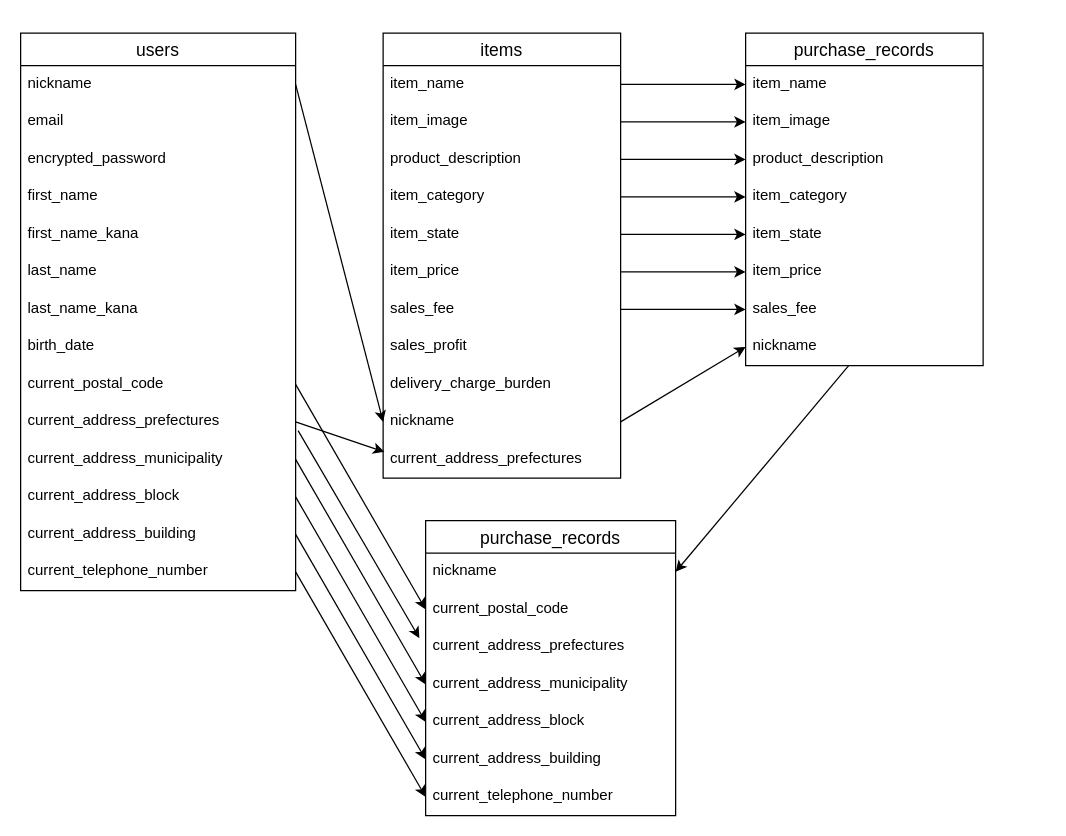
Before: test.dio in yuuichihirakawa/furima-38479, a draw.io diagram. Source tidied: cells renumbered, new cells numbered last; positions are measured from the earlier drawing's top-left corner, leaving out a move shared by most shapes. Both pictures are drawn from the tidied source at 125%, with x=0, y=0 at pixel (20, 32).
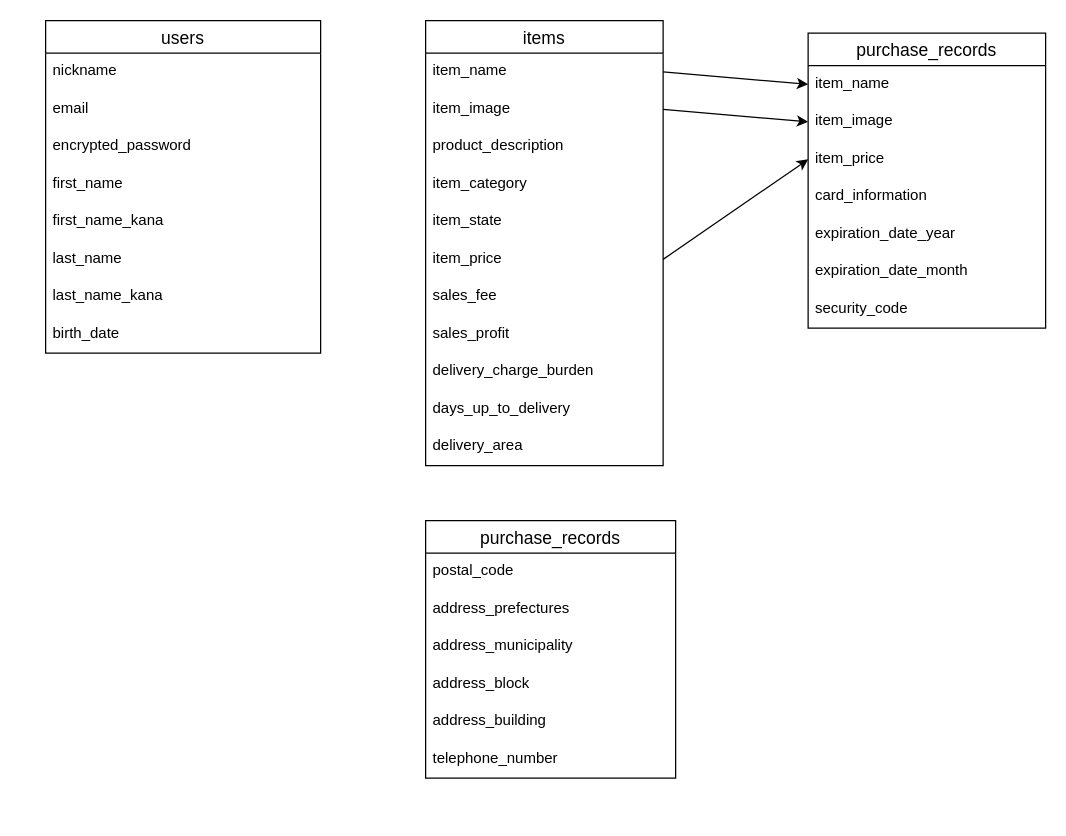
The same page after the edit.

Commit message (it also covers changes not shown here):
データベース作成３

Unchanged cells that the change refers to:
```xml
<mxCell id="3" value="nickname" style="text;strokeColor=none;fillColor=none;spacingLeft=4;spacingRight=4;overflow=hidden;points=[[0,0.5],[1,0.5]];portConstraint=eastwest;fontSize=12;" parent="2" vertex="1">
  <mxGeometry y="26" width="220" height="30" as="geometry" />
</mxCell>
<mxCell id="18" value="item_name" style="text;strokeColor=none;fillColor=none;spacingLeft=4;spacingRight=4;overflow=hidden;points=[[0,0.5],[1,0.5]];portConstraint=eastwest;fontSize=12;" parent="17" vertex="1">
  <mxGeometry y="26" width="190" height="30" as="geometry" />
</mxCell>
<mxCell id="20" value="product_description" style="text;strokeColor=none;fillColor=none;spacingLeft=4;spacingRight=4;overflow=hidden;points=[[0,0.5],[1,0.5]];portConstraint=eastwest;fontSize=12;" parent="17" vertex="1">
  <mxGeometry y="86" width="190" height="30" as="geometry" />
</mxCell>
<mxCell id="21" value="item_category" style="text;strokeColor=none;fillColor=none;spacingLeft=4;spacingRight=4;overflow=hidden;points=[[0,0.5],[1,0.5]];portConstraint=eastwest;fontSize=12;" parent="17" vertex="1">
  <mxGeometry y="116" width="190" height="30" as="geometry" />
</mxCell>
<mxCell id="22" value="item_state" style="text;strokeColor=none;fillColor=none;spacingLeft=4;spacingRight=4;overflow=hidden;points=[[0,0.5],[1,0.5]];portConstraint=eastwest;fontSize=12;" parent="17" vertex="1">
  <mxGeometry y="146" width="190" height="30" as="geometry" />
</mxCell>
<mxCell id="24" value="sales_fee" style="text;strokeColor=none;fillColor=none;spacingLeft=4;spacingRight=4;overflow=hidden;points=[[0,0.5],[1,0.5]];portConstraint=eastwest;fontSize=12;" parent="17" vertex="1">
  <mxGeometry y="206" width="190" height="30" as="geometry" />
</mxCell>
<mxCell id="40" value="item_name" style="text;strokeColor=none;fillColor=none;spacingLeft=4;spacingRight=4;overflow=hidden;points=[[0,0.5],[1,0.5]];portConstraint=eastwest;fontSize=12;" parent="39" vertex="1">
  <mxGeometry y="26" width="190" height="30" as="geometry" />
</mxCell>
```

What changed in the source:
```diff
@@
     <mxCell id="2" value="users" style="swimlane;fontStyle=0;horizontal=1;startSize=26;align=center;fontSize=14;" parent="1" vertex="1">
-      <mxGeometry width="220" height="446" as="geometry" />
+      <mxGeometry x="20" y="-10" width="220" height="266" as="geometry" />
     </mxCell>
@@
-    <mxCell id="11" value="current_postal_code" style="text;strokeColor=none;fillColor=none;spacingLeft=4;spacingRight=4;overflow=hidden;points=[[0,0.5],[1,0.5]];portConstraint=eastwest;fontSize=12;" parent="2" vertex="1">
-      <mxGeometry y="266" width="220" height="30" as="geometry" />
-    </mxCell>
-    <mxCell id="12" value="current_address_prefectures" style="text;strokeColor=none;fillColor=none;spacingLeft=4;spacingRight=4;overflow=hidden;points=[[0,0.5],[1,0.5]];portConstraint=eastwest;fontSize=12;" parent="2" vertex="1">
-      <mxGeometry y="296" width="220" height="30" as="geometry" />
-    </mxCell>
-    <mxCell id="13" value="current_address_municipality" style="text;strokeColor=none;fillColor=none;spacingLeft=4;spacingRight=4;overflow=hidden;points=[[0,0.5],[1,0.5]];portConstraint=eastwest;fontSize=12;" parent="2" vertex="1">
-      <mxGeometry y="326" width="220" height="30" as="geometry" />
-    </mxCell>
-    <mxCell id="14" value="current_address_block " style="text;strokeColor=none;fillColor=none;spacingLeft=4;spacingRight=4;overflow=hidden;points=[[0,0.5],[1,0.5]];portConstraint=eastwest;fontSize=12;" parent="2" vertex="1">
-      <mxGeometry y="356" width="220" height="30" as="geometry" />
-    </mxCell>
-    <mxCell id="15" value="current_address_building  " style="text;strokeColor=none;fillColor=none;spacingLeft=4;spacingRight=4;overflow=hidden;points=[[0,0.5],[1,0.5]];portConstraint=eastwest;fontSize=12;" parent="2" vertex="1">
-      <mxGeometry y="386" width="220" height="30" as="geometry" />
-    </mxCell>
-    <mxCell id="16" value="current_telephone_number" style="text;strokeColor=none;fillColor=none;spacingLeft=4;spacingRight=4;overflow=hidden;points=[[0,0.5],[1,0.5]];portConstraint=eastwest;fontSize=12;" parent="2" vertex="1">
-      <mxGeometry y="416" width="220" height="30" as="geometry" />
-    </mxCell>
     <mxCell id="17" value="items" style="swimlane;fontStyle=0;horizontal=1;startSize=26;align=center;fontSize=14;" parent="1" vertex="1">
-      <mxGeometry x="290" width="190" height="356" as="geometry" />
+      <mxGeometry x="324" y="-10" width="190" height="356" as="geometry" />
     </mxCell>
@@
-    <mxCell id="27" value="nickname" style="text;strokeColor=none;fillColor=none;spacingLeft=4;spacingRight=4;overflow=hidden;points=[[0,0.5],[1,0.5]];portConstraint=eastwest;fontSize=12;" parent="17" vertex="1">
+    <mxCell id="27" value="days_up_to_delivery  " style="text;strokeColor=none;fillColor=none;spacingLeft=4;spacingRight=4;overflow=hidden;points=[[0,0.5],[1,0.5]];portConstraint=eastwest;fontSize=12;" parent="17" vertex="1">
       <mxGeometry y="296" width="190" height="30" as="geometry" />
     </mxCell>
-    <mxCell id="28" value="current_address_prefectures" style="text;strokeColor=none;fillColor=none;spacingLeft=4;spacingRight=4;overflow=hidden;points=[[0,0.5],[1,0.5]];portConstraint=eastwest;fontSize=12;" parent="17" vertex="1">
+    <mxCell id="28" value="delivery_area" style="text;strokeColor=none;fillColor=none;spacingLeft=4;spacingRight=4;overflow=hidden;points=[[0,0.5],[1,0.5]];portConstraint=eastwest;fontSize=12;" parent="17" vertex="1">
       <mxGeometry y="326" width="190" height="30" as="geometry" />
     </mxCell>
-    <mxCell id="29" style="edgeStyle=none;html=1;exitX=1;exitY=0.5;exitDx=0;exitDy=0;entryX=0;entryY=0.5;entryDx=0;entryDy=0;" parent="1" edge="1" source="3" target="27">
-      <mxGeometry relative="1" as="geometry" />
-    </mxCell>
-    <mxCell id="30" style="edgeStyle=none;html=1;exitX=1;exitY=0.5;exitDx=0;exitDy=0;entryX=0.005;entryY=0.3;entryDx=0;entryDy=0;entryPerimeter=0;" parent="1" edge="1" source="12" target="28">
-      <mxGeometry relative="1" as="geometry" />
-    </mxCell>
     <mxCell id="31" value="purchase_records" style="swimlane;fontStyle=0;horizontal=1;startSize=26;align=center;fontSize=14;" parent="1" vertex="1">
-      <mxGeometry x="324" y="390" width="200" height="236" as="geometry" />
+      <mxGeometry x="324" y="390" width="200" height="206" as="geometry" />
     </mxCell>
-    <mxCell id="32" value="nickname" style="text;strokeColor=none;fillColor=none;spacingLeft=4;spacingRight=4;overflow=hidden;points=[[0,0.5],[1,0.5]];portConstraint=eastwest;fontSize=12;" parent="31" vertex="1">
-      <mxGeometry y="26" width="200" height="30" as="geometry" />
-    </mxCell>
-    <mxCell id="33" value="current_postal_code  " style="text;strokeColor=none;fillColor=none;spacingLeft=4;spacingRight=4;overflow=hidden;points=[[0,0.5],[1,0.5]];portConstraint=eastwest;fontSize=12;" parent="31" vertex="1">
-      <mxGeometry y="56" width="200" height="30" as="geometry" />
+    <mxCell id="33" value="postal_code  " style="text;strokeColor=none;fillColor=none;spacingLeft=4;spacingRight=4;overflow=hidden;points=[[0,0.5],[1,0.5]];portConstraint=eastwest;fontSize=12;" parent="31" vertex="1">
+      <mxGeometry y="26" width="200" height="30" as="geometry" />
     </mxCell>
-    <mxCell id="34" value=" current_address_prefectures " style="text;strokeColor=none;fillColor=none;spacingLeft=4;spacingRight=4;overflow=hidden;points=[[0,0.5],[1,0.5]];portConstraint=eastwest;fontSize=12;" parent="31" vertex="1">
-      <mxGeometry y="86" width="200" height="30" as="geometry" />
+    <mxCell id="34" value="address_prefectures " style="text;strokeColor=none;fillColor=none;spacingLeft=4;spacingRight=4;overflow=hidden;points=[[0,0.5],[1,0.5]];portConstraint=eastwest;fontSize=12;" parent="31" vertex="1">
+      <mxGeometry y="56" width="200" height="30" as="geometry" />
     </mxCell>
-    <mxCell id="35" value="current_address_municipality" style="text;strokeColor=none;fillColor=none;spacingLeft=4;spacingRight=4;overflow=hidden;points=[[0,0.5],[1,0.5]];portConstraint=eastwest;fontSize=12;" parent="31" vertex="1">
-      <mxGeometry y="116" width="200" height="30" as="geometry" />
+    <mxCell id="35" value="address_municipality" style="text;strokeColor=none;fillColor=none;spacingLeft=4;spacingRight=4;overflow=hidden;points=[[0,0.5],[1,0.5]];portConstraint=eastwest;fontSize=12;" parent="31" vertex="1">
+      <mxGeometry y="86" width="200" height="30" as="geometry" />
     </mxCell>
-    <mxCell id="36" value="current_address_block" style="text;strokeColor=none;fillColor=none;spacingLeft=4;spacingRight=4;overflow=hidden;points=[[0,0.5],[1,0.5]];portConstraint=eastwest;fontSize=12;" parent="31" vertex="1">
-      <mxGeometry y="146" width="200" height="30" as="geometry" />
+    <mxCell id="36" value="address_block" style="text;strokeColor=none;fillColor=none;spacingLeft=4;spacingRight=4;overflow=hidden;points=[[0,0.5],[1,0.5]];portConstraint=eastwest;fontSize=12;" parent="31" vertex="1">
+      <mxGeometry y="116" width="200" height="30" as="geometry" />
     </mxCell>
-    <mxCell id="37" value="current_address_building" style="text;strokeColor=none;fillColor=none;spacingLeft=4;spacingRight=4;overflow=hidden;points=[[0,0.5],[1,0.5]];portConstraint=eastwest;fontSize=12;" parent="31" vertex="1">
-      <mxGeometry y="176" width="200" height="30" as="geometry" />
+    <mxCell id="37" value="address_building" style="text;strokeColor=none;fillColor=none;spacingLeft=4;spacingRight=4;overflow=hidden;points=[[0,0.5],[1,0.5]];portConstraint=eastwest;fontSize=12;" parent="31" vertex="1">
+      <mxGeometry y="146" width="200" height="30" as="geometry" />
     </mxCell>
-    <mxCell id="38" value="current_telephone_number" style="text;strokeColor=none;fillColor=none;spacingLeft=4;spacingRight=4;overflow=hidden;points=[[0,0.5],[1,0.5]];portConstraint=eastwest;fontSize=12;" parent="31" vertex="1">
-      <mxGeometry y="206" width="200" height="30" as="geometry" />
+    <mxCell id="38" value="telephone_number" style="text;strokeColor=none;fillColor=none;spacingLeft=4;spacingRight=4;overflow=hidden;points=[[0,0.5],[1,0.5]];portConstraint=eastwest;fontSize=12;" parent="31" vertex="1">
+      <mxGeometry y="176" width="200" height="30" as="geometry" />
     </mxCell>
     <mxCell id="39" value="purchase_records" style="swimlane;fontStyle=0;horizontal=1;startSize=26;align=center;fontSize=14;" parent="1" vertex="1">
-      <mxGeometry x="580" width="190" height="266" as="geometry" />
+      <mxGeometry x="630" width="190" height="236" as="geometry" />
     </mxCell>
@@
-    <mxCell id="42" value="product_description" style="text;strokeColor=none;fillColor=none;spacingLeft=4;spacingRight=4;overflow=hidden;points=[[0,0.5],[1,0.5]];portConstraint=eastwest;fontSize=12;" parent="39" vertex="1">
-      <mxGeometry y="86" width="190" height="30" as="geometry" />
-    </mxCell>
+    <mxCell id="45" value="item_price" style="text;strokeColor=none;fillColor=none;spacingLeft=4;spacingRight=4;overflow=hidden;points=[[0,0.5],[1,0.5]];portConstraint=eastwest;fontSize=12;" parent="39" vertex="1">
+      <mxGeometry y="86" width="190" height="30" as="geometry" />
+    </mxCell>
-    <mxCell id="43" value="item_category" style="text;strokeColor=none;fillColor=none;spacingLeft=4;spacingRight=4;overflow=hidden;points=[[0,0.5],[1,0.5]];portConstraint=eastwest;fontSize=12;" parent="39" vertex="1">
+    <mxCell id="43" value="card_information" style="text;strokeColor=none;fillColor=none;spacingLeft=4;spacingRight=4;overflow=hidden;points=[[0,0.5],[1,0.5]];portConstraint=eastwest;fontSize=12;" parent="39" vertex="1">
       <mxGeometry y="116" width="190" height="30" as="geometry" />
     </mxCell>
-    <mxCell id="44" value="item_state" style="text;strokeColor=none;fillColor=none;spacingLeft=4;spacingRight=4;overflow=hidden;points=[[0,0.5],[1,0.5]];portConstraint=eastwest;fontSize=12;" parent="39" vertex="1">
+    <mxCell id="44" value="expiration_date_year " style="text;strokeColor=none;fillColor=none;spacingLeft=4;spacingRight=4;overflow=hidden;points=[[0,0.5],[1,0.5]];portConstraint=eastwest;fontSize=12;" parent="39" vertex="1">
       <mxGeometry y="146" width="190" height="30" as="geometry" />
     </mxCell>
-    <mxCell id="45" value="item_price" style="text;strokeColor=none;fillColor=none;spacingLeft=4;spacingRight=4;overflow=hidden;points=[[0,0.5],[1,0.5]];portConstraint=eastwest;fontSize=12;" parent="39" vertex="1">
-      <mxGeometry y="176" width="190" height="30" as="geometry" />
-    </mxCell>
-    <mxCell id="46" value="sales_fee" style="text;strokeColor=none;fillColor=none;spacingLeft=4;spacingRight=4;overflow=hidden;points=[[0,0.5],[1,0.5]];portConstraint=eastwest;fontSize=12;" parent="39" vertex="1">
-      <mxGeometry y="206" width="190" height="30" as="geometry" />
+    <mxCell id="46" value="expiration_date_month" style="text;strokeColor=none;fillColor=none;spacingLeft=4;spacingRight=4;overflow=hidden;points=[[0,0.5],[1,0.5]];portConstraint=eastwest;fontSize=12;" parent="39" vertex="1">
+      <mxGeometry y="176" width="190" height="30" as="geometry" />
     </mxCell>
-    <mxCell id="47" value="nickname" style="text;strokeColor=none;fillColor=none;spacingLeft=4;spacingRight=4;overflow=hidden;points=[[0,0.5],[1,0.5]];portConstraint=eastwest;fontSize=12;" parent="39" vertex="1">
-      <mxGeometry y="236" width="190" height="30" as="geometry" />
+    <mxCell id="47" value="security_code" style="text;strokeColor=none;fillColor=none;spacingLeft=4;spacingRight=4;overflow=hidden;points=[[0,0.5],[1,0.5]];portConstraint=eastwest;fontSize=12;" parent="39" vertex="1">
+      <mxGeometry y="206" width="190" height="30" as="geometry" />
     </mxCell>
-    <mxCell id="48" style="edgeStyle=none;html=1;entryX=0;entryY=0.5;entryDx=0;entryDy=0;exitX=1;exitY=0.5;exitDx=0;exitDy=0;" parent="1" edge="1" source="27" target="47">
-      <mxGeometry relative="1" as="geometry" />
-    </mxCell>
-    <mxCell id="49" style="edgeStyle=none;html=1;exitX=1;exitY=0.5;exitDx=0;exitDy=0;" parent="1" edge="1" source="18" target="40">
+    <mxCell id="49" style="edgeStyle=none;html=1;entryX=0;entryY=0.5;entryDx=0;entryDy=0;exitX=1;exitY=0.5;exitDx=0;exitDy=0;" parent="1" edge="1" source="18" target="40">
       <mxGeometry relative="1" as="geometry" />
     </mxCell>
@@
-    <mxCell id="51" style="edgeStyle=none;html=1;entryX=0;entryY=0.5;entryDx=0;entryDy=0;exitX=1;exitY=0.5;exitDx=0;exitDy=0;" parent="1" edge="1" source="20" target="42">
-      <mxGeometry relative="1" as="geometry" />
-    </mxCell>
-    <mxCell id="52" style="edgeStyle=none;html=1;entryX=0;entryY=0.5;entryDx=0;entryDy=0;exitX=1;exitY=0.5;exitDx=0;exitDy=0;" parent="1" edge="1" source="21" target="43">
-      <mxGeometry relative="1" as="geometry" />
-    </mxCell>
-    <mxCell id="53" style="edgeStyle=none;html=1;entryX=0;entryY=0.5;entryDx=0;entryDy=0;exitX=1;exitY=0.5;exitDx=0;exitDy=0;" parent="1" edge="1" source="22" target="44">
-      <mxGeometry relative="1" as="geometry" />
-    </mxCell>
@@
-    <mxCell id="55" style="edgeStyle=none;html=1;entryX=0;entryY=0.5;entryDx=0;entryDy=0;exitX=1;exitY=0.5;exitDx=0;exitDy=0;" parent="1" edge="1" source="24" target="46">
-      <mxGeometry relative="1" as="geometry" />
-    </mxCell>
-    <mxCell id="56" style="edgeStyle=none;html=1;entryX=0;entryY=0.5;entryDx=0;entryDy=0;exitX=1;exitY=0.5;exitDx=0;exitDy=0;" parent="1" edge="1" source="11" target="33">
-      <mxGeometry relative="1" as="geometry" />
-    </mxCell>
-    <mxCell id="57" style="edgeStyle=none;html=1;entryX=1;entryY=0.5;entryDx=0;entryDy=0;" parent="1" edge="1" source="47" target="32">
-      <mxGeometry relative="1" as="geometry" />
-    </mxCell>
-    <mxCell id="58" style="edgeStyle=none;html=1;entryX=-0.025;entryY=0.267;entryDx=0;entryDy=0;entryPerimeter=0;exitX=1.009;exitY=0.733;exitDx=0;exitDy=0;exitPerimeter=0;" parent="1" edge="1" source="12" target="34">
-      <mxGeometry relative="1" as="geometry" />
-    </mxCell>
-    <mxCell id="59" style="edgeStyle=none;html=1;entryX=0;entryY=0.5;entryDx=0;entryDy=0;exitX=1;exitY=0.5;exitDx=0;exitDy=0;" parent="1" edge="1" source="13" target="35">
-      <mxGeometry relative="1" as="geometry" />
-    </mxCell>
-    <mxCell id="60" style="edgeStyle=none;html=1;entryX=0;entryY=0.5;entryDx=0;entryDy=0;exitX=1;exitY=0.5;exitDx=0;exitDy=0;" parent="1" edge="1" source="14" target="36">
-      <mxGeometry relative="1" as="geometry" />
-    </mxCell>
-    <mxCell id="61" style="edgeStyle=none;html=1;entryX=0;entryY=0.5;entryDx=0;entryDy=0;exitX=1;exitY=0.5;exitDx=0;exitDy=0;" parent="1" edge="1" source="15" target="37">
-      <mxGeometry relative="1" as="geometry" />
-    </mxCell>
-    <mxCell id="62" style="edgeStyle=none;html=1;entryX=0;entryY=0.5;entryDx=0;entryDy=0;exitX=1;exitY=0.5;exitDx=0;exitDy=0;" parent="1" edge="1" source="16" target="38">
-      <mxGeometry relative="1" as="geometry" />
-    </mxCell>
```
